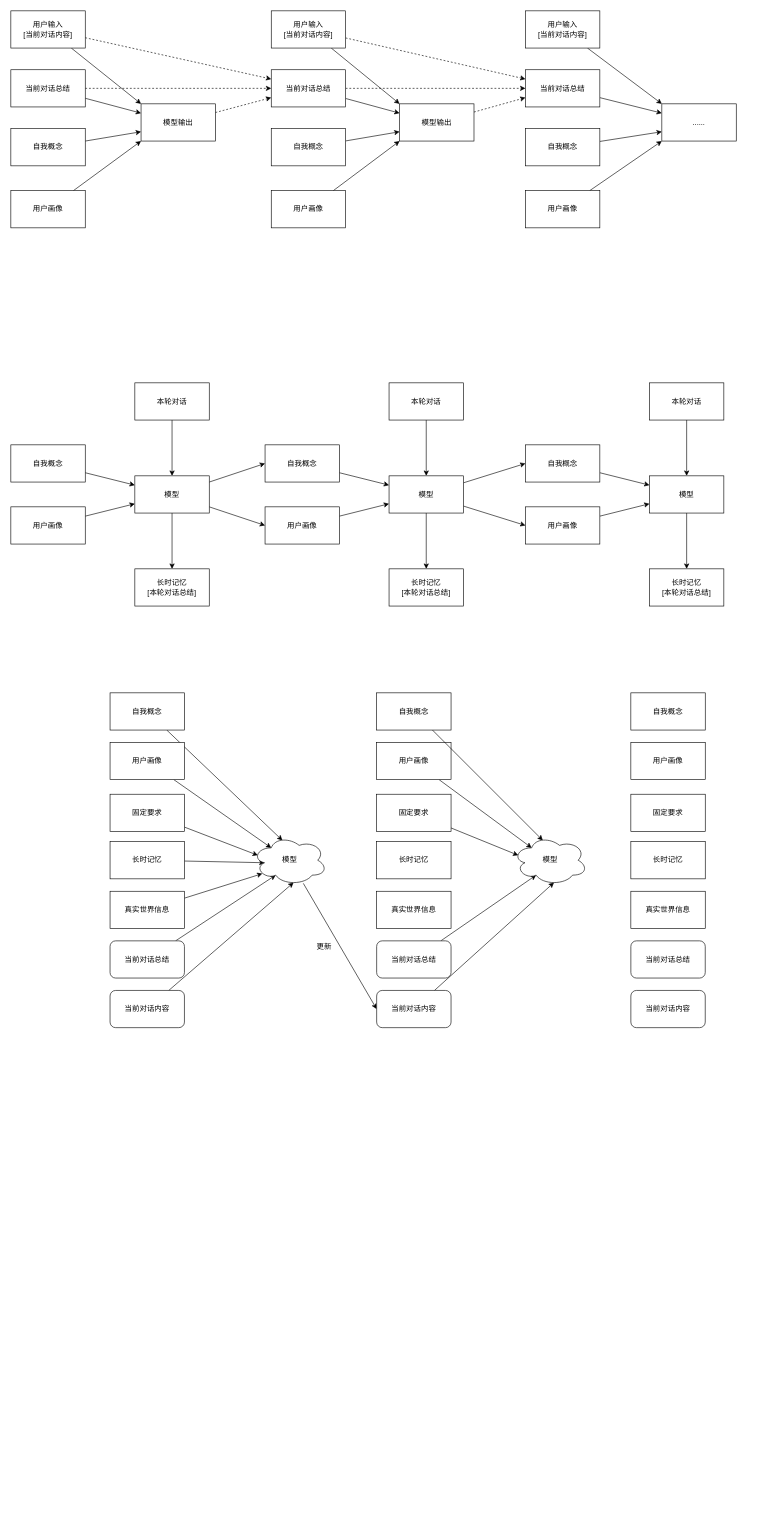
Earlier version of the draw.io diagram readme/structure.drawio (LeafYeeXYZ/CounselorLeaf). Source tidied: cells renumbered, new cells numbered last; positions are measured from the earlier drawing's top-left corner, leaving out a move shared by most shapes. Both pictures are drawn from the tidied source at 62%, with x=0, y=0 at pixel (11, 11).
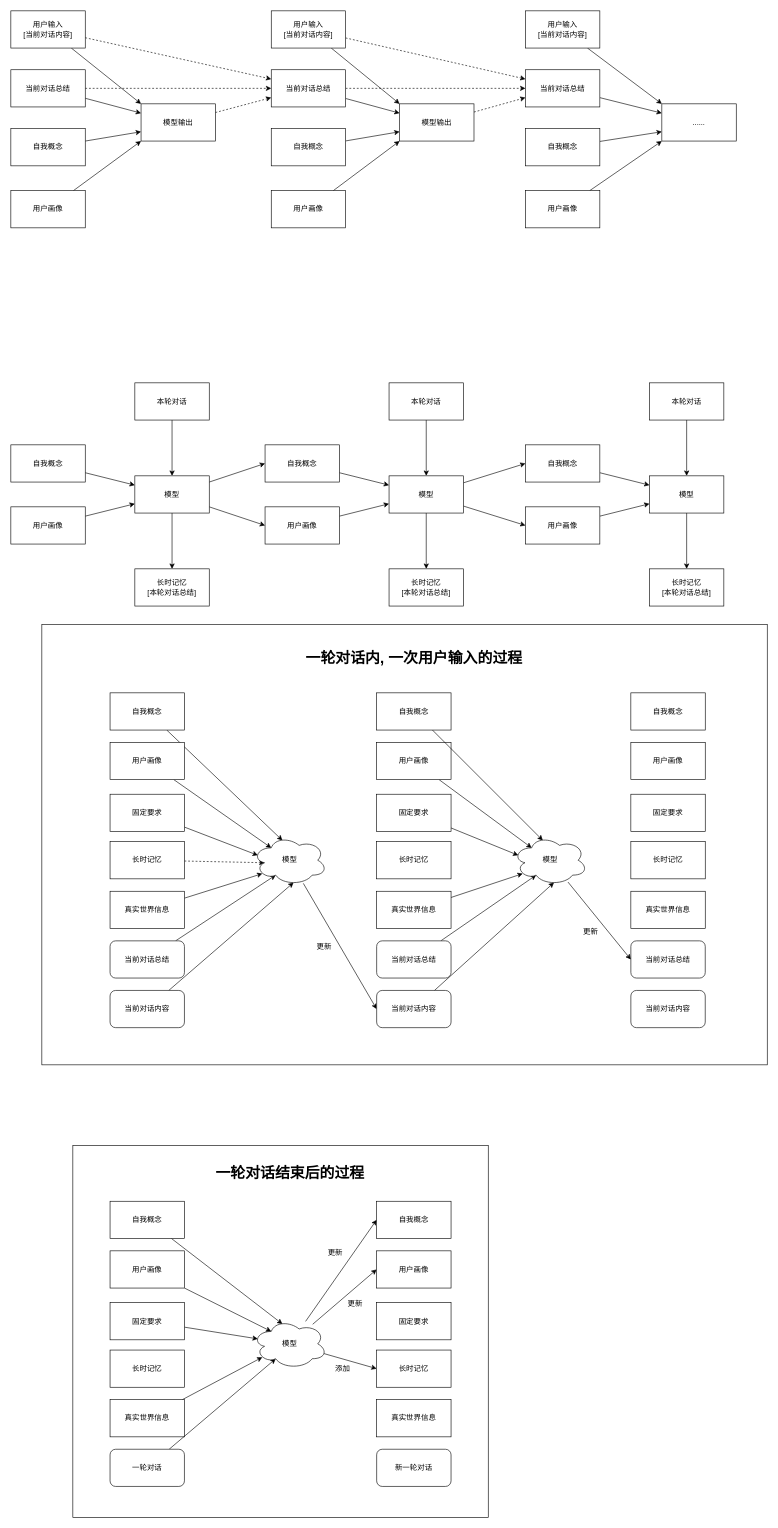
After the change.

The change refers to these unchanged cells:
```xml
<mxCell id="68" value="长时记忆" style="whiteSpace=wrap;html=1;" parent="1" vertex="1">
  <mxGeometry x="160" y="1340" width="120" height="60" as="geometry" />
</mxCell>
<mxCell id="81" value="模型" style="ellipse;shape=cloud;whiteSpace=wrap;html=1;" parent="1" vertex="1">
  <mxGeometry x="390" y="1330" width="120" height="80" as="geometry" />
</mxCell>
<mxCell id="89" value="真实世界信息" style="whiteSpace=wrap;html=1;" parent="1" vertex="1">
  <mxGeometry x="590" y="1420" width="120" height="60" as="geometry" />
</mxCell>
<mxCell id="100" value="当前对话总结" style="rounded=1;whiteSpace=wrap;html=1;" parent="1" vertex="1">
  <mxGeometry x="1000" y="1500" width="120" height="60" as="geometry" />
</mxCell>
<mxCell id="102" value="模型" style="ellipse;shape=cloud;whiteSpace=wrap;html=1;" parent="1" vertex="1">
  <mxGeometry x="810" y="1330" width="120" height="80" as="geometry" />
</mxCell>
```

The edit, as a diff of the source:
```diff
@@
+    <mxCell id="103" style="whiteSpace=wrap;html=1;" parent="1" vertex="1">
+      <mxGeometry x="100" y="1830" width="670" height="600" as="geometry" />
+    </mxCell>
+    <mxCell id="104" style="whiteSpace=wrap;html=1;" parent="1" vertex="1">
+      <mxGeometry x="50" y="990" width="1170" height="710" as="geometry" />
+    </mxCell>
@@
-    <mxCell id="67" style="edgeStyle=none;html=1;entryX=0.16;entryY=0.55;entryDx=0;entryDy=0;entryPerimeter=0;" parent="1" edge="1" source="68" target="81">
+    <mxCell id="67" style="edgeStyle=none;html=1;entryX=0.16;entryY=0.55;entryDx=0;entryDy=0;entryPerimeter=0;dashed=1;" parent="1" edge="1" source="68" target="81">
       <mxGeometry relative="1" as="geometry" />
     </mxCell>
@@
+    <mxCell id="105" style="edgeStyle=none;html=1;entryX=0.13;entryY=0.77;entryDx=0;entryDy=0;entryPerimeter=0;" parent="1" edge="1" source="89" target="102">
+      <mxGeometry relative="1" as="geometry" />
+    </mxCell>
@@
+    <mxCell id="106" style="edgeStyle=none;html=1;entryX=0;entryY=0.5;entryDx=0;entryDy=0;" parent="1" edge="1" source="102" target="100">
+      <mxGeometry relative="1" as="geometry" />
+    </mxCell>
@@
+    <mxCell id="107" value="更新" style="text;html=1;align=center;verticalAlign=middle;strokeColor=none;fillColor=none;" parent="1" vertex="1">
+      <mxGeometry x="910" y="1470" width="50" height="30" as="geometry" />
+    </mxCell>
+    <mxCell id="108" value="&lt;b&gt;&lt;font style=&quot;font-size: 24px;&quot;&gt;一轮对话内, 一次用户输入的过程&lt;/font&gt;&lt;/b&gt;" style="text;strokeColor=none;align=center;fillColor=none;html=1;verticalAlign=middle;whiteSpace=wrap;rounded=0;" parent="1" vertex="1">
+      <mxGeometry x="393.8" y="1030" width="512.5" height="30" as="geometry" />
+    </mxCell>
+    <mxCell id="109" value="长时记忆" style="whiteSpace=wrap;html=1;" parent="1" vertex="1">
+      <mxGeometry x="160" y="2160" width="120" height="60" as="geometry" />
+    </mxCell>
+    <mxCell id="110" style="edgeStyle=none;html=1;entryX=0.07;entryY=0.4;entryDx=0;entryDy=0;entryPerimeter=0;fontSize=24;" parent="1" edge="1" source="111" target="123">
+      <mxGeometry relative="1" as="geometry" />
+    </mxCell>
+    <mxCell id="111" value="固定要求" style="whiteSpace=wrap;html=1;" parent="1" vertex="1">
+      <mxGeometry x="160" y="2083.5" width="120" height="60" as="geometry" />
+    </mxCell>
+    <mxCell id="112" style="edgeStyle=none;html=1;entryX=0.25;entryY=0.25;entryDx=0;entryDy=0;entryPerimeter=0;fontSize=24;" parent="1" edge="1" source="113" target="123">
+      <mxGeometry relative="1" as="geometry" />
+    </mxCell>
+    <mxCell id="113" value="用户画像" style="whiteSpace=wrap;html=1;" parent="1" vertex="1">
+      <mxGeometry x="160" y="2000" width="120" height="60" as="geometry" />
+    </mxCell>
+    <mxCell id="114" style="edgeStyle=none;html=1;entryX=0.4;entryY=0.1;entryDx=0;entryDy=0;entryPerimeter=0;fontSize=24;" parent="1" edge="1" source="115" target="123">
+      <mxGeometry relative="1" as="geometry" />
+    </mxCell>
+    <mxCell id="115" value="自我概念" style="whiteSpace=wrap;html=1;" parent="1" vertex="1">
+      <mxGeometry x="160" y="1920" width="120" height="60" as="geometry" />
+    </mxCell>
+    <mxCell id="116" style="edgeStyle=none;html=1;entryX=0.13;entryY=0.77;entryDx=0;entryDy=0;entryPerimeter=0;fontSize=24;" parent="1" edge="1" source="117" target="123">
+      <mxGeometry relative="1" as="geometry" />
+    </mxCell>
+    <mxCell id="117" value="真实世界信息" style="whiteSpace=wrap;html=1;" parent="1" vertex="1">
+      <mxGeometry x="160" y="2240" width="120" height="60" as="geometry" />
+    </mxCell>
+    <mxCell id="118" style="edgeStyle=none;html=1;fontSize=24;entryX=0.31;entryY=0.8;entryDx=0;entryDy=0;entryPerimeter=0;" parent="1" edge="1" source="119" target="123">
+      <mxGeometry relative="1" as="geometry" />
+    </mxCell>
+    <mxCell id="119" value="一轮对话" style="rounded=1;whiteSpace=wrap;html=1;" parent="1" vertex="1">
+      <mxGeometry x="160" y="2320" width="120" height="60" as="geometry" />
+    </mxCell>
+    <mxCell id="120" style="edgeStyle=none;html=1;entryX=0;entryY=0.5;entryDx=0;entryDy=0;fontSize=24;" parent="1" edge="1" source="123" target="127">
+      <mxGeometry relative="1" as="geometry" />
+    </mxCell>
+    <mxCell id="121" style="edgeStyle=none;html=1;entryX=0;entryY=0.5;entryDx=0;entryDy=0;fontSize=24;" parent="1" edge="1" source="123" target="126">
+      <mxGeometry relative="1" as="geometry" />
+    </mxCell>
+    <mxCell id="122" style="edgeStyle=none;html=1;entryX=0;entryY=0.5;entryDx=0;entryDy=0;fontSize=24;" parent="1" edge="1" source="123" target="124">
+      <mxGeometry relative="1" as="geometry" />
+    </mxCell>
+    <mxCell id="123" value="模型" style="ellipse;shape=cloud;whiteSpace=wrap;html=1;" parent="1" vertex="1">
+      <mxGeometry x="390" y="2110" width="120" height="80" as="geometry" />
+    </mxCell>
+    <mxCell id="124" value="长时记忆" style="whiteSpace=wrap;html=1;" parent="1" vertex="1">
+      <mxGeometry x="590" y="2160" width="120" height="60" as="geometry" />
+    </mxCell>
+    <mxCell id="125" value="固定要求" style="whiteSpace=wrap;html=1;" parent="1" vertex="1">
+      <mxGeometry x="590" y="2083.5" width="120" height="60" as="geometry" />
+    </mxCell>
+    <mxCell id="126" value="用户画像" style="whiteSpace=wrap;html=1;" parent="1" vertex="1">
+      <mxGeometry x="590" y="2000" width="120" height="60" as="geometry" />
+    </mxCell>
+    <mxCell id="127" value="自我概念" style="whiteSpace=wrap;html=1;" parent="1" vertex="1">
+      <mxGeometry x="590" y="1920" width="120" height="60" as="geometry" />
+    </mxCell>
+    <mxCell id="128" value="真实世界信息" style="whiteSpace=wrap;html=1;" parent="1" vertex="1">
+      <mxGeometry x="590" y="2240" width="120" height="60" as="geometry" />
+    </mxCell>
+    <mxCell id="129" value="更新" style="text;html=1;align=center;verticalAlign=middle;strokeColor=none;fillColor=none;" parent="1" vertex="1">
+      <mxGeometry x="530" y="2070" width="50" height="30" as="geometry" />
+    </mxCell>
+    <mxCell id="130" value="更新" style="text;html=1;align=center;verticalAlign=middle;strokeColor=none;fillColor=none;" parent="1" vertex="1">
+      <mxGeometry x="497.5" y="1988" width="50" height="30" as="geometry" />
+    </mxCell>
+    <mxCell id="131" value="添加" style="text;html=1;align=center;verticalAlign=middle;strokeColor=none;fillColor=none;" parent="1" vertex="1">
+      <mxGeometry x="510" y="2175" width="50" height="30" as="geometry" />
+    </mxCell>
+    <mxCell id="132" value="新一轮对话" style="rounded=1;whiteSpace=wrap;html=1;" parent="1" vertex="1">
+      <mxGeometry x="590" y="2320" width="120" height="60" as="geometry" />
+    </mxCell>
+    <mxCell id="133" value="&lt;b&gt;&lt;font style=&quot;font-size: 24px;&quot;&gt;一轮对话结束后的过程&lt;/font&gt;&lt;/b&gt;" style="text;strokeColor=none;align=center;fillColor=none;html=1;verticalAlign=middle;whiteSpace=wrap;rounded=0;" parent="1" vertex="1">
+      <mxGeometry x="193.8" y="1860" width="512.5" height="30" as="geometry" />
+    </mxCell>
```
